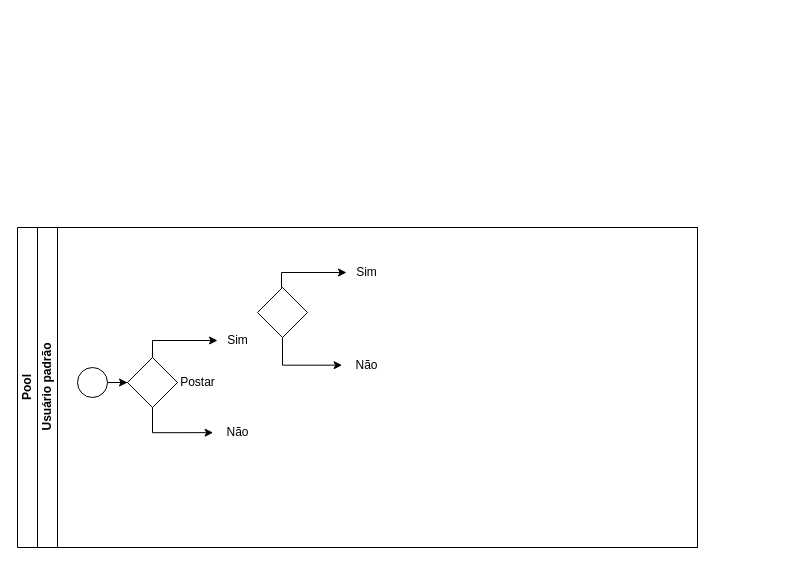
The draw.io diagram page "BPMN" (1 of 2) of practice-class-1.drawio in bruflor/ADS, before the edit. Source tidied: cells renumbered, new cells numbered last; positions are measured from the earlier drawing's top-left corner, leaving out a move shared by most shapes. Both pictures are drawn from the tidied source at 100%, with x=0, y=0 at pixel (17, 227).
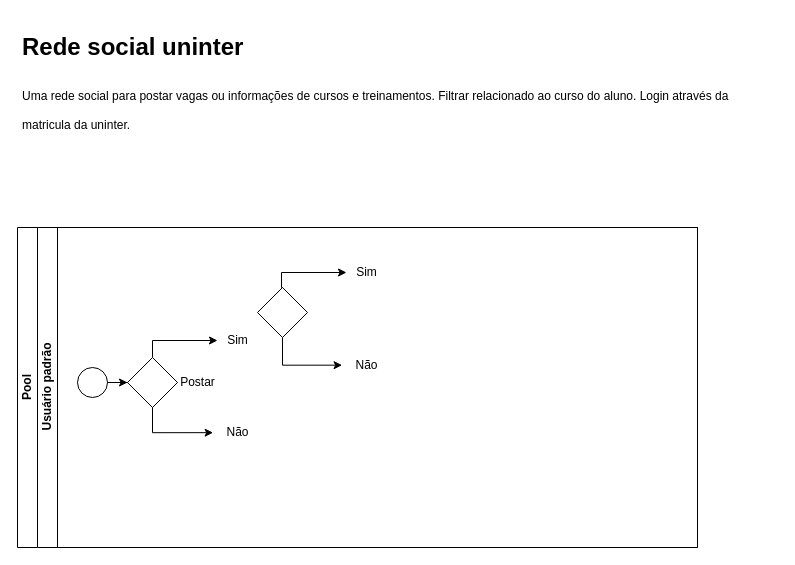
After the change.

Change to the diagram source:
```diff
@@
+    <mxCell id="17" value="&lt;h1&gt;&lt;span style=&quot;background-color: initial;&quot;&gt;Rede social uninter&lt;/span&gt;&lt;/h1&gt;&lt;h1&gt;&lt;span style=&quot;font-size: 12px; font-weight: 400;&quot;&gt;Uma rede social para postar vagas ou informações de cursos e treinamentos. Filtrar relacionado ao curso do aluno. Login através da matricula da uninter.&amp;nbsp;&lt;/span&gt;&lt;/h1&gt;" style="text;html=1;spacing=5;spacingTop=-20;whiteSpace=wrap;overflow=hidden;rounded=0;" parent="1" vertex="1">
+      <mxGeometry y="-200" width="760" height="120" as="geometry" />
+    </mxCell>
```
